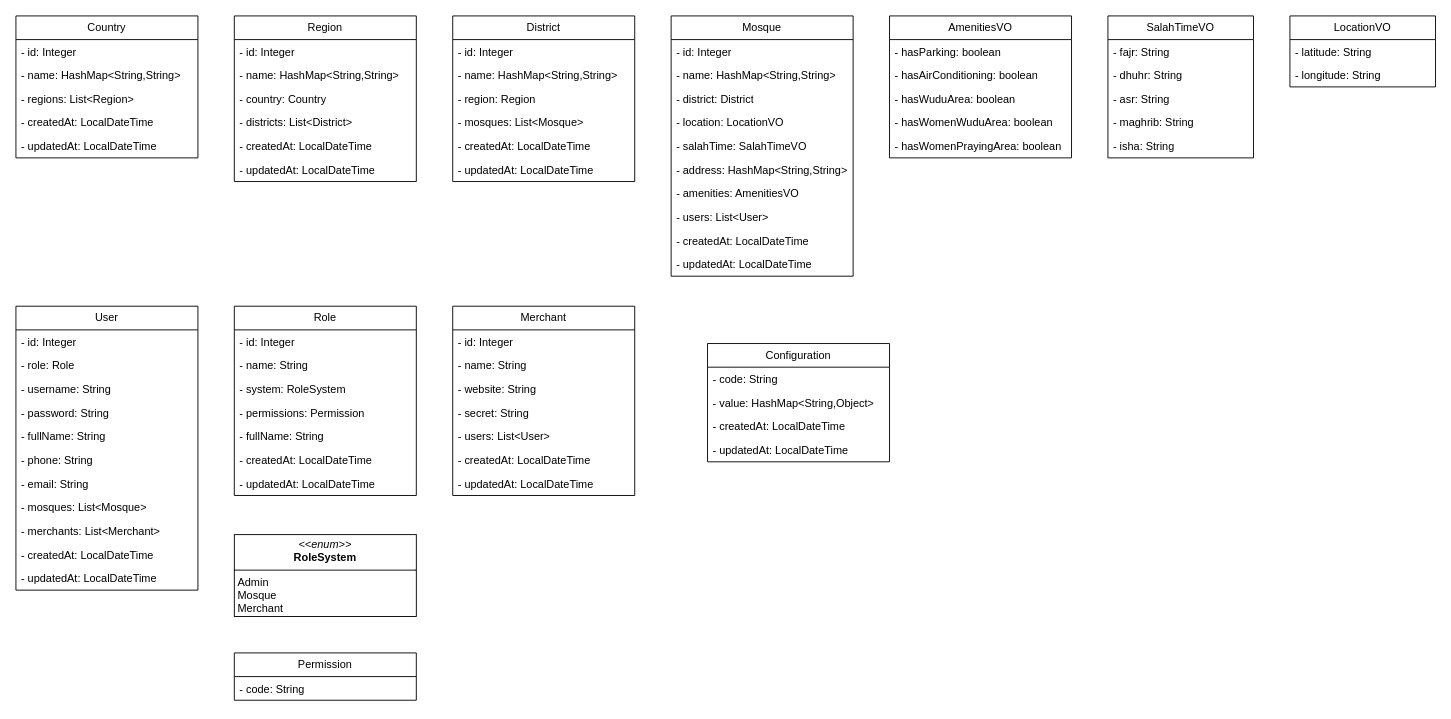
MasjidVaqtlari/docs keeps this draw.io diagram as page "EntitySchema" (2 of 3) of raw/uml/Schemas.drawio. Above is the earlier version. Source tidied: cells renumbered, new cells numbered last; positions are measured from the earlier drawing's top-left corner, leaving out a move shared by most shapes. Both pictures are drawn from the tidied source at 91%, with x=0, y=0 at pixel (15, 15).
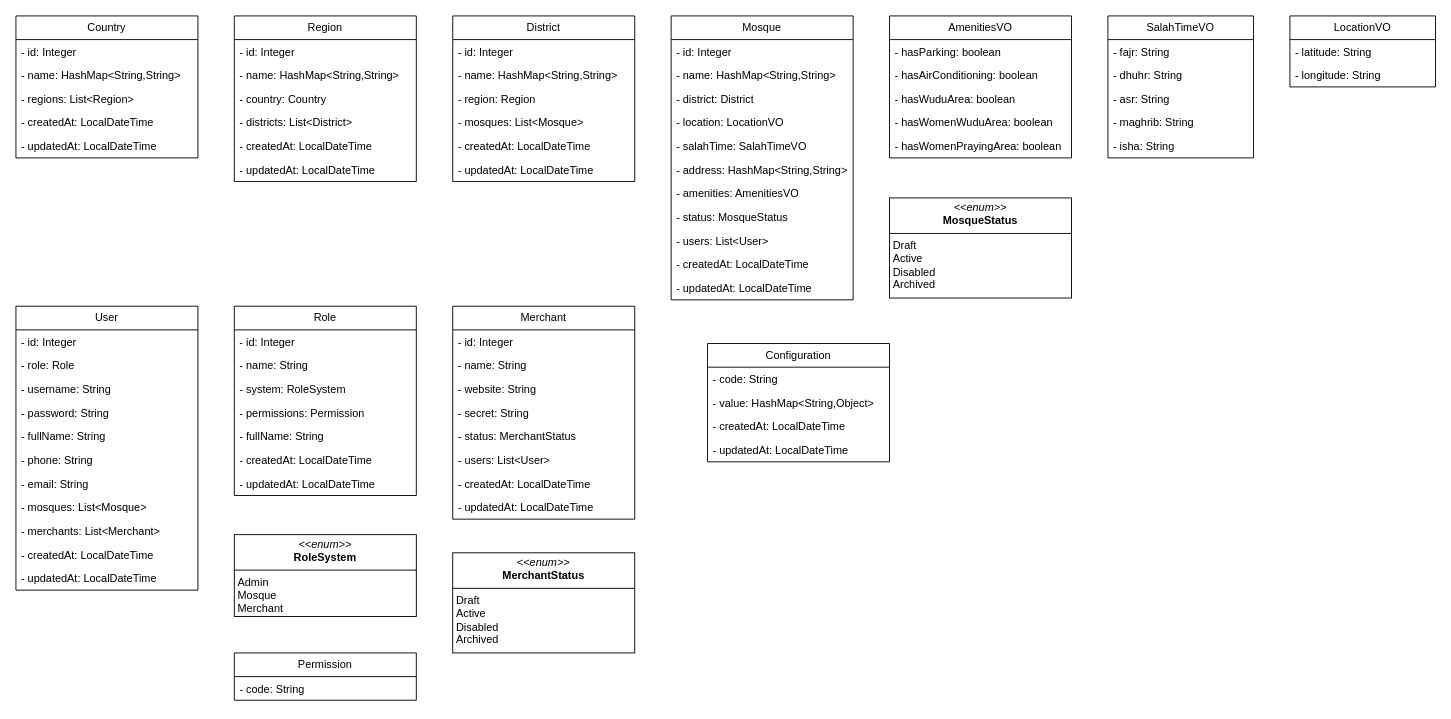
Above is the later version.

Commit message (it also covers changes not shown here):
Added status to mosque and merchant entities

What changed in the source:
```diff
@@
     <mxCell id="22" value="Mosque" style="swimlane;fontStyle=0;horizontal=1;startSize=26;fillColor=none;whiteSpace=wrap;html=1;" parent="1" vertex="1">
-      <mxGeometry x="720" width="200" height="286" as="geometry" />
+      <mxGeometry x="720" width="200" height="312" as="geometry" />
     </mxCell>
@@
+    <mxCell id="84" value="- status: MosqueStatus" style="text;strokeColor=none;fillColor=none;align=left;verticalAlign=top;spacingLeft=4;spacingRight=4;overflow=hidden;whiteSpace=wrap;html=1;" parent="22" vertex="1">
+      <mxGeometry y="208" width="200" height="26" as="geometry" />
+    </mxCell>
     <mxCell id="30" value="- users: List&amp;lt;User&amp;gt;" style="text;strokeColor=none;fillColor=none;align=left;verticalAlign=top;spacingLeft=4;spacingRight=4;overflow=hidden;whiteSpace=wrap;html=1;" parent="22" vertex="1">
-      <mxGeometry y="208" width="200" height="26" as="geometry" />
+      <mxGeometry y="234" width="200" height="26" as="geometry" />
     </mxCell>
     <mxCell id="31" value="- createdAt: LocalDateTime" style="text;strokeColor=none;fillColor=none;align=left;verticalAlign=top;spacingLeft=4;spacingRight=4;overflow=hidden;whiteSpace=wrap;html=1;" parent="22" vertex="1">
-      <mxGeometry y="234" width="200" height="26" as="geometry" />
+      <mxGeometry y="260" width="200" height="26" as="geometry" />
     </mxCell>
     <mxCell id="32" value="- updatedAt: LocalDateTime" style="text;strokeColor=none;fillColor=none;align=left;verticalAlign=top;spacingLeft=4;spacingRight=4;overflow=hidden;whiteSpace=wrap;html=1;" parent="22" vertex="1">
-      <mxGeometry y="260" width="200" height="26" as="geometry" />
+      <mxGeometry y="286" width="200" height="26" as="geometry" />
     </mxCell>
@@
     <mxCell id="71" value="Merchant" style="swimlane;fontStyle=0;horizontal=1;startSize=26;fillColor=none;whiteSpace=wrap;html=1;" parent="1" vertex="1">
-      <mxGeometry x="480" y="319" width="200" height="208" as="geometry" />
+      <mxGeometry x="480" y="319" width="200" height="234" as="geometry" />
     </mxCell>
@@
+    <mxCell id="85" value="- status: MerchantStatus" style="text;strokeColor=none;fillColor=none;align=left;verticalAlign=top;spacingLeft=4;spacingRight=4;overflow=hidden;whiteSpace=wrap;html=1;" parent="71" vertex="1">
+      <mxGeometry y="130" width="200" height="26" as="geometry" />
+    </mxCell>
     <mxCell id="76" value="- users: List&amp;lt;User&amp;gt;" style="text;strokeColor=none;fillColor=none;align=left;verticalAlign=top;spacingLeft=4;spacingRight=4;overflow=hidden;whiteSpace=wrap;html=1;" parent="71" vertex="1">
-      <mxGeometry y="130" width="200" height="26" as="geometry" />
+      <mxGeometry y="156" width="200" height="26" as="geometry" />
     </mxCell>
     <mxCell id="77" value="- createdAt: LocalDateTime" style="text;strokeColor=none;fillColor=none;align=left;verticalAlign=top;spacingLeft=4;spacingRight=4;overflow=hidden;whiteSpace=wrap;html=1;" parent="71" vertex="1">
-      <mxGeometry y="156" width="200" height="26" as="geometry" />
+      <mxGeometry y="182" width="200" height="26" as="geometry" />
     </mxCell>
     <mxCell id="78" value="- updatedAt: LocalDateTime" style="text;strokeColor=none;fillColor=none;align=left;verticalAlign=top;spacingLeft=4;spacingRight=4;overflow=hidden;whiteSpace=wrap;html=1;" parent="71" vertex="1">
-      <mxGeometry y="182" width="200" height="26" as="geometry" />
+      <mxGeometry y="208" width="200" height="26" as="geometry" />
     </mxCell>
@@
+    <mxCell id="86" value="&lt;p style=&quot;margin:0px;margin-top:4px;text-align:center;&quot;&gt;&lt;i&gt;&amp;lt;&amp;lt;enum&amp;gt;&amp;gt;&lt;/i&gt;&lt;br&gt;&lt;b&gt;MerchantStatus&lt;/b&gt;&lt;/p&gt;&lt;hr size=&quot;1&quot; style=&quot;border-style:solid;&quot;&gt;&lt;p style=&quot;margin:0px;margin-left:4px;&quot;&gt;Draft&lt;/p&gt;&lt;p style=&quot;margin:0px;margin-left:4px;&quot;&gt;Active&lt;/p&gt;&lt;p style=&quot;margin:0px;margin-left:4px;&quot;&gt;Disabled&lt;/p&gt;&lt;p style=&quot;margin:0px;margin-left:4px;&quot;&gt;Archived&lt;/p&gt;" style="verticalAlign=top;align=left;overflow=fill;html=1;fillColor=default;whiteSpace=wrap;" parent="1" vertex="1">
+      <mxGeometry x="480" y="590" width="200" height="110" as="geometry" />
+    </mxCell>
+    <mxCell id="87" value="&lt;p style=&quot;margin:0px;margin-top:4px;text-align:center;&quot;&gt;&lt;i&gt;&amp;lt;&amp;lt;enum&amp;gt;&amp;gt;&lt;/i&gt;&lt;br&gt;&lt;b&gt;MosqueStatus&lt;/b&gt;&lt;/p&gt;&lt;hr size=&quot;1&quot; style=&quot;border-style:solid;&quot;&gt;&lt;p style=&quot;margin:0px;margin-left:4px;&quot;&gt;Draft&lt;/p&gt;&lt;p style=&quot;margin:0px;margin-left:4px;&quot;&gt;Active&lt;/p&gt;&lt;p style=&quot;margin:0px;margin-left:4px;&quot;&gt;Disabled&lt;/p&gt;&lt;p style=&quot;margin:0px;margin-left:4px;&quot;&gt;Archived&lt;/p&gt;" style="verticalAlign=top;align=left;overflow=fill;html=1;fillColor=default;whiteSpace=wrap;" parent="1" vertex="1">
+      <mxGeometry x="960" y="200" width="200" height="110" as="geometry" />
+    </mxCell>
```
